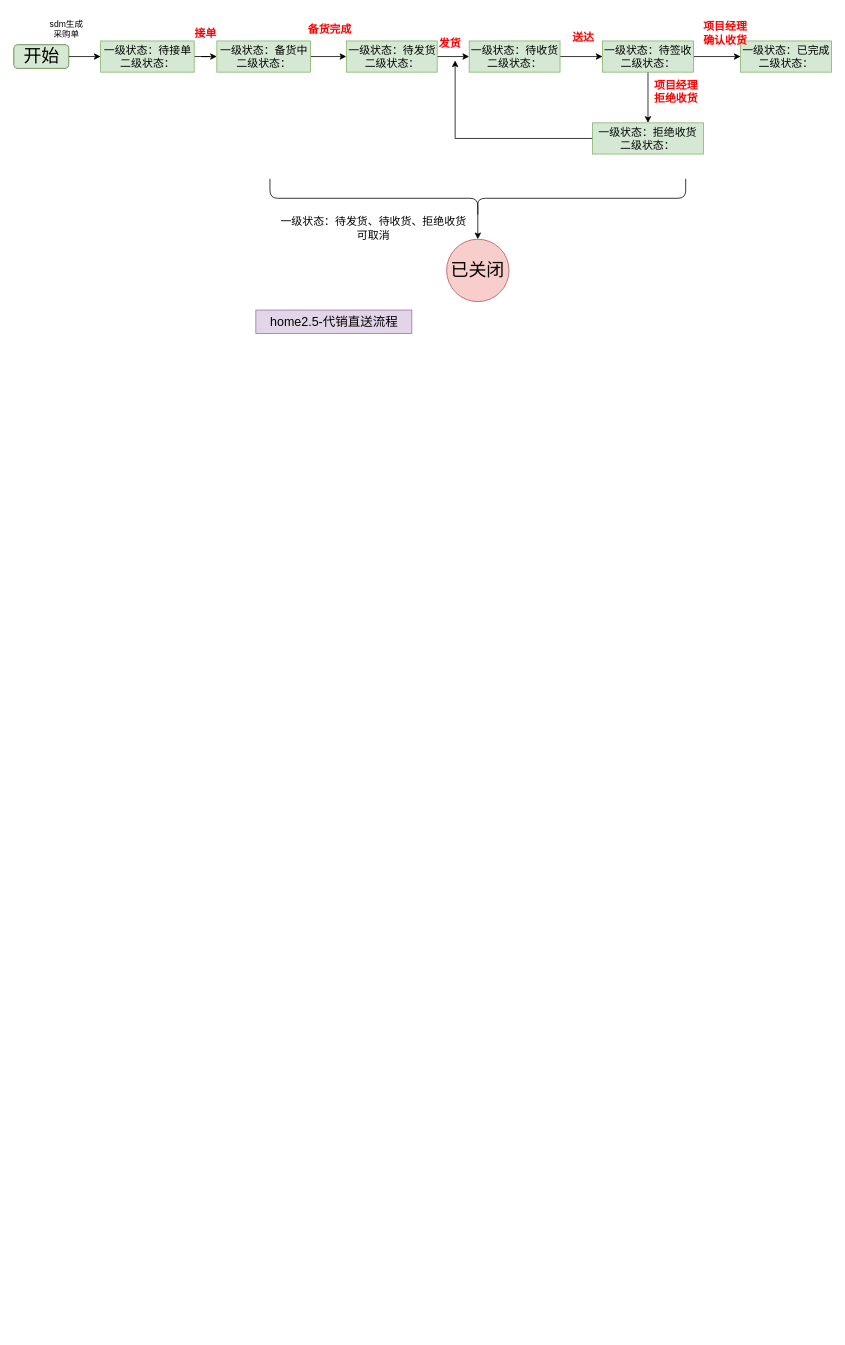
This is home2.5采购单履约流程.drawio from jiangtao2048/diagrams, a draw.io file, before an edit. Source tidied: cells renumbered, new cells numbered last; positions are measured from the earlier drawing's top-left corner, leaving out a move shared by most shapes. Both pictures are drawn from the tidied source at 78%, with x=0, y=0 at pixel (13, -10).
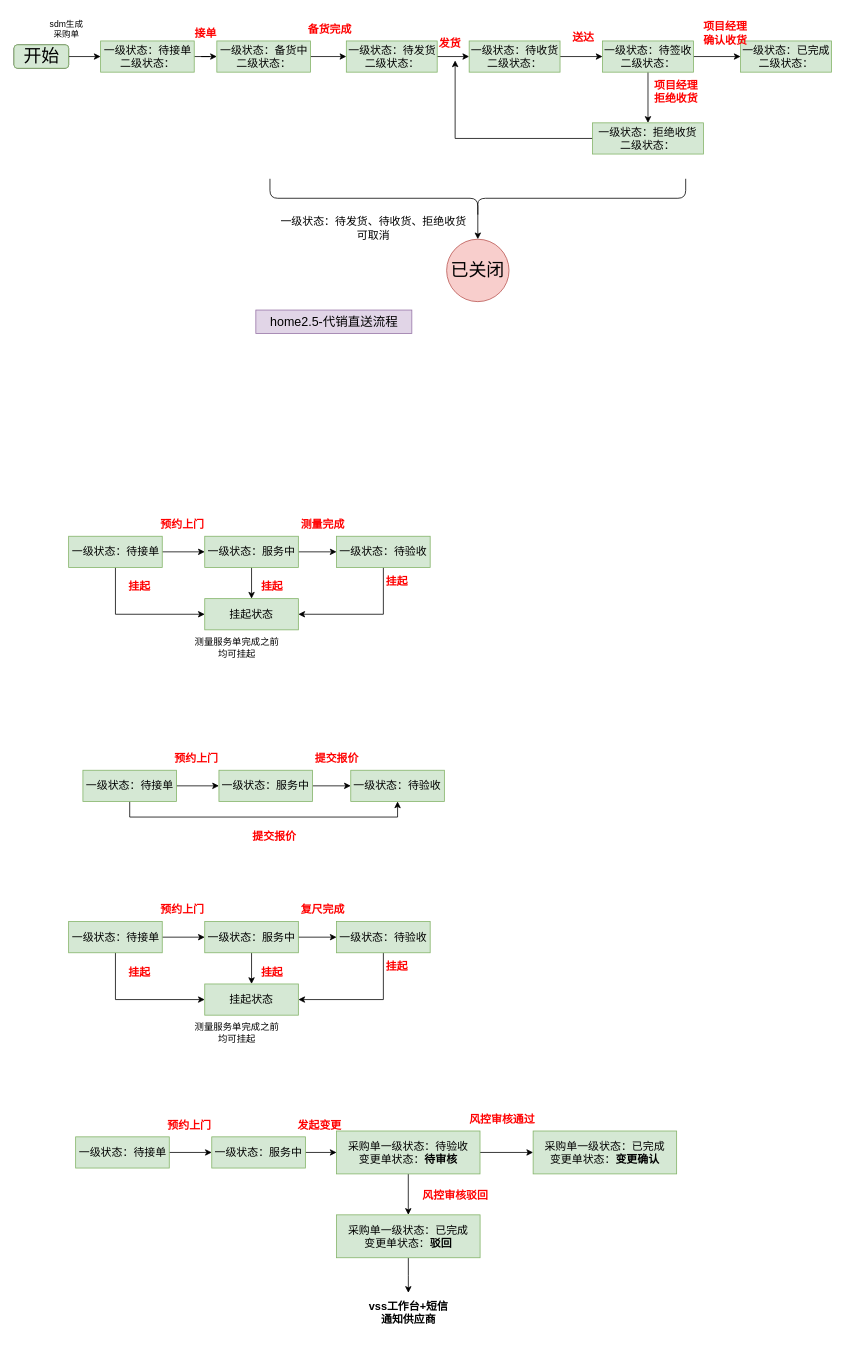
Above is the later version.

Commit message:
更新home2.5采购单履约流程.drawio

The edit, as a diff of the source:
```diff
@@
+    <mxCell id="31" style="edgeStyle=orthogonalEdgeStyle;rounded=0;jettySize=auto;html=1;exitX=1;exitY=0.5;exitDx=0;exitDy=0;" parent="1" edge="1" source="33" target="36">
+      <mxGeometry relative="1" as="geometry" />
+    </mxCell>
+    <mxCell id="32" style="edgeStyle=orthogonalEdgeStyle;rounded=0;jettySize=auto;html=1;exitX=0.5;exitY=1;exitDx=0;exitDy=0;entryX=0;entryY=0.5;entryDx=0;entryDy=0;" parent="1" edge="1" source="33" target="41">
+      <mxGeometry relative="1" as="geometry" />
+    </mxCell>
+    <mxCell id="33" value="&lt;font style=&quot;font-size: 14px;&quot;&gt;一级状态：待接单&lt;br&gt;&lt;/font&gt;" style="rounded=0;whiteSpace=wrap;html=1;fillColor=#d5e8d4;strokeColor=#82b366;" parent="1" vertex="1">
+      <mxGeometry x="70.5" y="700" width="120" height="40" as="geometry" />
+    </mxCell>
+    <mxCell id="34" style="edgeStyle=orthogonalEdgeStyle;rounded=0;jettySize=auto;html=1;exitX=1;exitY=0.5;exitDx=0;exitDy=0;" parent="1" edge="1" source="36" target="38">
+      <mxGeometry relative="1" as="geometry" />
+    </mxCell>
+    <mxCell id="35" style="edgeStyle=orthogonalEdgeStyle;rounded=0;jettySize=auto;html=1;exitX=0.5;exitY=1;exitDx=0;exitDy=0;entryX=0.5;entryY=0;entryDx=0;entryDy=0;" parent="1" edge="1" source="36" target="41">
+      <mxGeometry relative="1" as="geometry" />
+    </mxCell>
+    <mxCell id="36" value="&lt;font style=&quot;font-size: 14px;&quot;&gt;一级状态：服务中&lt;br&gt;&lt;/font&gt;" style="rounded=0;whiteSpace=wrap;html=1;fillColor=#d5e8d4;strokeColor=#82b366;" parent="1" vertex="1">
+      <mxGeometry x="245" y="700" width="120" height="40" as="geometry" />
+    </mxCell>
+    <mxCell id="37" style="edgeStyle=orthogonalEdgeStyle;rounded=0;jettySize=auto;html=1;exitX=0.5;exitY=1;exitDx=0;exitDy=0;entryX=1;entryY=0.5;entryDx=0;entryDy=0;" parent="1" edge="1" source="38" target="41">
+      <mxGeometry relative="1" as="geometry" />
+    </mxCell>
+    <mxCell id="38" value="&lt;font style=&quot;font-size: 14px;&quot;&gt;一级状态：待验收&lt;br&gt;&lt;/font&gt;" style="rounded=0;whiteSpace=wrap;html=1;fillColor=#d5e8d4;strokeColor=#82b366;" parent="1" vertex="1">
+      <mxGeometry x="414" y="700" width="120" height="40" as="geometry" />
+    </mxCell>
+    <mxCell id="39" value="&lt;font color=&quot;#ff0000&quot; style=&quot;font-size: 14px;&quot;&gt;&lt;b&gt;预约上门&lt;/b&gt;&lt;/font&gt;" style="text;html=1;align=center;verticalAlign=middle;strokeColor=none;fillColor=none;fontSize=11;" parent="1" vertex="1">
+      <mxGeometry x="175.5" y="670" width="80" height="30" as="geometry" />
+    </mxCell>
+    <mxCell id="40" value="&lt;font color=&quot;#ff0000&quot; style=&quot;font-size: 14px;&quot;&gt;&lt;b&gt;测量完成&lt;/b&gt;&lt;/font&gt;" style="text;html=1;align=center;verticalAlign=middle;strokeColor=none;fillColor=none;fontSize=11;" parent="1" vertex="1">
+      <mxGeometry x="356" y="670" width="80" height="30" as="geometry" />
+    </mxCell>
+    <mxCell id="41" value="&lt;font style=&quot;font-size: 14px;&quot;&gt;挂起状态&lt;br&gt;&lt;/font&gt;" style="rounded=0;whiteSpace=wrap;html=1;fillColor=#d5e8d4;strokeColor=#82b366;" parent="1" vertex="1">
+      <mxGeometry x="245" y="780" width="120" height="40" as="geometry" />
+    </mxCell>
+    <mxCell id="42" value="测量服务单完成之前&lt;br&gt;均可挂起" style="text;html=1;align=center;verticalAlign=middle;strokeColor=none;fillColor=none;" parent="1" vertex="1">
+      <mxGeometry x="221" y="823" width="130" height="40" as="geometry" />
+    </mxCell>
+    <mxCell id="43" value="&lt;font color=&quot;#ff0000&quot; style=&quot;font-size: 14px;&quot;&gt;&lt;b&gt;挂起&lt;/b&gt;&lt;/font&gt;" style="text;html=1;align=center;verticalAlign=middle;strokeColor=none;fillColor=none;fontSize=11;" parent="1" vertex="1">
+      <mxGeometry x="136" y="750" width="50" height="30" as="geometry" />
+    </mxCell>
+    <mxCell id="44" value="&lt;font color=&quot;#ff0000&quot; style=&quot;font-size: 14px;&quot;&gt;&lt;b&gt;挂起&lt;/b&gt;&lt;/font&gt;" style="text;html=1;align=center;verticalAlign=middle;strokeColor=none;fillColor=none;fontSize=11;" parent="1" vertex="1">
+      <mxGeometry x="306" y="750" width="50" height="30" as="geometry" />
+    </mxCell>
+    <mxCell id="45" value="&lt;font color=&quot;#ff0000&quot; style=&quot;font-size: 14px;&quot;&gt;&lt;b&gt;挂起&lt;/b&gt;&lt;/font&gt;" style="text;html=1;align=center;verticalAlign=middle;strokeColor=none;fillColor=none;fontSize=11;" parent="1" vertex="1">
+      <mxGeometry x="466" y="743" width="50" height="30" as="geometry" />
+    </mxCell>
+    <mxCell id="46" style="edgeStyle=orthogonalEdgeStyle;rounded=0;jettySize=auto;html=1;exitX=1;exitY=0.5;exitDx=0;exitDy=0;" parent="1" edge="1" source="48" target="50">
+      <mxGeometry relative="1" as="geometry" />
+    </mxCell>
+    <mxCell id="47" style="edgeStyle=orthogonalEdgeStyle;rounded=0;jettySize=auto;html=1;exitX=0.5;exitY=1;exitDx=0;exitDy=0;entryX=0.5;entryY=1;entryDx=0;entryDy=0;" parent="1" edge="1" source="48" target="51">
+      <mxGeometry relative="1" as="geometry" />
+    </mxCell>
+    <mxCell id="48" value="&lt;font style=&quot;font-size: 14px;&quot;&gt;一级状态：待接单&lt;br&gt;&lt;/font&gt;" style="rounded=0;whiteSpace=wrap;html=1;fillColor=#d5e8d4;strokeColor=#82b366;" parent="1" vertex="1">
+      <mxGeometry x="88.8" y="1000" width="120" height="40" as="geometry" />
+    </mxCell>
+    <mxCell id="49" style="edgeStyle=orthogonalEdgeStyle;rounded=0;jettySize=auto;html=1;exitX=1;exitY=0.5;exitDx=0;exitDy=0;" parent="1" edge="1" source="50" target="51">
+      <mxGeometry relative="1" as="geometry" />
+    </mxCell>
+    <mxCell id="50" value="&lt;font style=&quot;font-size: 14px;&quot;&gt;一级状态：服务中&lt;br&gt;&lt;/font&gt;" style="rounded=0;whiteSpace=wrap;html=1;fillColor=#d5e8d4;strokeColor=#82b366;" parent="1" vertex="1">
+      <mxGeometry x="263.2" y="1000" width="120" height="40" as="geometry" />
+    </mxCell>
+    <mxCell id="51" value="&lt;font style=&quot;font-size: 14px;&quot;&gt;一级状态：待验收&lt;br&gt;&lt;/font&gt;" style="rounded=0;whiteSpace=wrap;html=1;fillColor=#d5e8d4;strokeColor=#82b366;" parent="1" vertex="1">
+      <mxGeometry x="432.2" y="1000" width="120" height="40" as="geometry" />
+    </mxCell>
+    <mxCell id="52" value="&lt;font color=&quot;#ff0000&quot; style=&quot;font-size: 14px;&quot;&gt;&lt;b&gt;预约上门&lt;/b&gt;&lt;/font&gt;" style="text;html=1;align=center;verticalAlign=middle;strokeColor=none;fillColor=none;fontSize=11;" parent="1" vertex="1">
+      <mxGeometry x="193.8" y="970" width="80" height="30" as="geometry" />
+    </mxCell>
+    <mxCell id="53" value="&lt;font color=&quot;#ff0000&quot; style=&quot;font-size: 14px;&quot;&gt;&lt;b&gt;提交报价&lt;/b&gt;&lt;/font&gt;" style="text;html=1;align=center;verticalAlign=middle;strokeColor=none;fillColor=none;fontSize=11;" parent="1" vertex="1">
+      <mxGeometry x="374.2" y="970" width="80" height="30" as="geometry" />
+    </mxCell>
+    <mxCell id="54" value="&lt;font color=&quot;#ff0000&quot; style=&quot;font-size: 14px;&quot;&gt;&lt;b&gt;提交报价&lt;/b&gt;&lt;/font&gt;" style="text;html=1;align=center;verticalAlign=middle;strokeColor=none;fillColor=none;fontSize=11;" parent="1" vertex="1">
+      <mxGeometry x="294.2" y="1070" width="80" height="30" as="geometry" />
+    </mxCell>
+    <mxCell id="55" style="edgeStyle=orthogonalEdgeStyle;rounded=0;jettySize=auto;html=1;exitX=1;exitY=0.5;exitDx=0;exitDy=0;" parent="1" edge="1" source="57" target="60">
+      <mxGeometry relative="1" as="geometry" />
+    </mxCell>
+    <mxCell id="56" style="edgeStyle=orthogonalEdgeStyle;rounded=0;jettySize=auto;html=1;exitX=0.5;exitY=1;exitDx=0;exitDy=0;entryX=0;entryY=0.5;entryDx=0;entryDy=0;" parent="1" edge="1" source="57" target="65">
+      <mxGeometry relative="1" as="geometry" />
+    </mxCell>
+    <mxCell id="57" value="&lt;font style=&quot;font-size: 14px;&quot;&gt;一级状态：待接单&lt;br&gt;&lt;/font&gt;" style="rounded=0;whiteSpace=wrap;html=1;fillColor=#d5e8d4;strokeColor=#82b366;" parent="1" vertex="1">
+      <mxGeometry x="70.5" y="1194" width="120" height="40" as="geometry" />
+    </mxCell>
+    <mxCell id="58" style="edgeStyle=orthogonalEdgeStyle;rounded=0;jettySize=auto;html=1;exitX=1;exitY=0.5;exitDx=0;exitDy=0;" parent="1" edge="1" source="60" target="62">
+      <mxGeometry relative="1" as="geometry" />
+    </mxCell>
+    <mxCell id="59" style="edgeStyle=orthogonalEdgeStyle;rounded=0;jettySize=auto;html=1;exitX=0.5;exitY=1;exitDx=0;exitDy=0;entryX=0.5;entryY=0;entryDx=0;entryDy=0;" parent="1" edge="1" source="60" target="65">
+      <mxGeometry relative="1" as="geometry" />
+    </mxCell>
+    <mxCell id="60" value="&lt;font style=&quot;font-size: 14px;&quot;&gt;一级状态：服务中&lt;br&gt;&lt;/font&gt;" style="rounded=0;whiteSpace=wrap;html=1;fillColor=#d5e8d4;strokeColor=#82b366;" parent="1" vertex="1">
+      <mxGeometry x="245" y="1194" width="120" height="40" as="geometry" />
+    </mxCell>
+    <mxCell id="61" style="edgeStyle=orthogonalEdgeStyle;rounded=0;jettySize=auto;html=1;exitX=0.5;exitY=1;exitDx=0;exitDy=0;entryX=1;entryY=0.5;entryDx=0;entryDy=0;" parent="1" edge="1" source="62" target="65">
+      <mxGeometry relative="1" as="geometry" />
+    </mxCell>
+    <mxCell id="62" value="&lt;font style=&quot;font-size: 14px;&quot;&gt;一级状态：待验收&lt;br&gt;&lt;/font&gt;" style="rounded=0;whiteSpace=wrap;html=1;fillColor=#d5e8d4;strokeColor=#82b366;" parent="1" vertex="1">
+      <mxGeometry x="414" y="1194" width="120" height="40" as="geometry" />
+    </mxCell>
+    <mxCell id="63" value="&lt;font color=&quot;#ff0000&quot; style=&quot;font-size: 14px;&quot;&gt;&lt;b&gt;预约上门&lt;/b&gt;&lt;/font&gt;" style="text;html=1;align=center;verticalAlign=middle;strokeColor=none;fillColor=none;fontSize=11;" parent="1" vertex="1">
+      <mxGeometry x="175.5" y="1164" width="80" height="30" as="geometry" />
+    </mxCell>
+    <mxCell id="64" value="&lt;font color=&quot;#ff0000&quot; style=&quot;font-size: 14px;&quot;&gt;&lt;b&gt;复尺完成&lt;/b&gt;&lt;/font&gt;" style="text;html=1;align=center;verticalAlign=middle;strokeColor=none;fillColor=none;fontSize=11;" parent="1" vertex="1">
+      <mxGeometry x="356" y="1164" width="80" height="30" as="geometry" />
+    </mxCell>
+    <mxCell id="65" value="&lt;font style=&quot;font-size: 14px;&quot;&gt;挂起状态&lt;br&gt;&lt;/font&gt;" style="rounded=0;whiteSpace=wrap;html=1;fillColor=#d5e8d4;strokeColor=#82b366;" parent="1" vertex="1">
+      <mxGeometry x="245" y="1274" width="120" height="40" as="geometry" />
+    </mxCell>
+    <mxCell id="66" value="测量服务单完成之前&lt;br&gt;均可挂起" style="text;html=1;align=center;verticalAlign=middle;strokeColor=none;fillColor=none;" parent="1" vertex="1">
+      <mxGeometry x="221" y="1317" width="130" height="40" as="geometry" />
+    </mxCell>
+    <mxCell id="67" value="&lt;font color=&quot;#ff0000&quot; style=&quot;font-size: 14px;&quot;&gt;&lt;b&gt;挂起&lt;/b&gt;&lt;/font&gt;" style="text;html=1;align=center;verticalAlign=middle;strokeColor=none;fillColor=none;fontSize=11;" parent="1" vertex="1">
+      <mxGeometry x="136" y="1244" width="50" height="30" as="geometry" />
+    </mxCell>
+    <mxCell id="68" value="&lt;font color=&quot;#ff0000&quot; style=&quot;font-size: 14px;&quot;&gt;&lt;b&gt;挂起&lt;/b&gt;&lt;/font&gt;" style="text;html=1;align=center;verticalAlign=middle;strokeColor=none;fillColor=none;fontSize=11;" parent="1" vertex="1">
+      <mxGeometry x="306" y="1244" width="50" height="30" as="geometry" />
+    </mxCell>
+    <mxCell id="69" value="&lt;font color=&quot;#ff0000&quot; style=&quot;font-size: 14px;&quot;&gt;&lt;b&gt;挂起&lt;/b&gt;&lt;/font&gt;" style="text;html=1;align=center;verticalAlign=middle;strokeColor=none;fillColor=none;fontSize=11;" parent="1" vertex="1">
+      <mxGeometry x="466" y="1237" width="50" height="30" as="geometry" />
+    </mxCell>
+    <mxCell id="70" style="edgeStyle=orthogonalEdgeStyle;rounded=0;jettySize=auto;html=1;exitX=1;exitY=0.5;exitDx=0;exitDy=0;" parent="1" edge="1" source="71" target="73">
+      <mxGeometry relative="1" as="geometry" />
+    </mxCell>
+    <mxCell id="71" value="&lt;font style=&quot;font-size: 14px;&quot;&gt;一级状态：待接单&lt;br&gt;&lt;/font&gt;" style="rounded=0;whiteSpace=wrap;html=1;fillColor=#d5e8d4;strokeColor=#82b366;" parent="1" vertex="1">
+      <mxGeometry x="79.5" y="1470" width="120" height="40" as="geometry" />
+    </mxCell>
+    <mxCell id="72" style="edgeStyle=orthogonalEdgeStyle;rounded=0;jettySize=auto;html=1;exitX=1;exitY=0.5;exitDx=0;exitDy=0;" parent="1" edge="1" source="73" target="76">
+      <mxGeometry relative="1" as="geometry" />
+    </mxCell>
+    <mxCell id="73" value="&lt;font style=&quot;font-size: 14px;&quot;&gt;一级状态：服务中&lt;br&gt;&lt;/font&gt;" style="rounded=0;whiteSpace=wrap;html=1;fillColor=#d5e8d4;strokeColor=#82b366;" parent="1" vertex="1">
+      <mxGeometry x="254" y="1470" width="120" height="40" as="geometry" />
+    </mxCell>
+    <mxCell id="74" style="edgeStyle=orthogonalEdgeStyle;rounded=0;jettySize=auto;html=1;exitX=1;exitY=0.5;exitDx=0;exitDy=0;" parent="1" edge="1" source="76" target="79">
+      <mxGeometry relative="1" as="geometry" />
+    </mxCell>
+    <mxCell id="75" style="edgeStyle=orthogonalEdgeStyle;rounded=0;jettySize=auto;html=1;exitX=0.5;exitY=1;exitDx=0;exitDy=0;" parent="1" edge="1" source="76" target="82">
+      <mxGeometry relative="1" as="geometry" />
+    </mxCell>
+    <mxCell id="76" value="&lt;font style=&quot;font-size: 14px;&quot;&gt;采购单一级状态：待验收&lt;br&gt;变更单状态：&lt;b&gt;待审核&lt;/b&gt;&lt;br&gt;&lt;/font&gt;" style="rounded=0;whiteSpace=wrap;html=1;fillColor=#d5e8d4;strokeColor=#82b366;" parent="1" vertex="1">
+      <mxGeometry x="414" y="1462.5" width="183.9" height="55" as="geometry" />
+    </mxCell>
+    <mxCell id="77" value="&lt;font color=&quot;#ff0000&quot; style=&quot;font-size: 14px;&quot;&gt;&lt;b&gt;预约上门&lt;/b&gt;&lt;/font&gt;" style="text;html=1;align=center;verticalAlign=middle;strokeColor=none;fillColor=none;fontSize=11;" parent="1" vertex="1">
+      <mxGeometry x="184.5" y="1440" width="80" height="30" as="geometry" />
+    </mxCell>
+    <mxCell id="78" value="&lt;font color=&quot;#ff0000&quot;&gt;&lt;span style=&quot;font-size: 14px;&quot;&gt;&lt;b&gt;发起变更&lt;/b&gt;&lt;/span&gt;&lt;/font&gt;" style="text;html=1;align=center;verticalAlign=middle;strokeColor=none;fillColor=none;fontSize=11;" parent="1" vertex="1">
+      <mxGeometry x="352.2" y="1440" width="80" height="30" as="geometry" />
+    </mxCell>
+    <mxCell id="79" value="&lt;font style=&quot;font-size: 14px;&quot;&gt;采购单一级状态：已完成&lt;br&gt;变更单状态：&lt;b&gt;变更确认&lt;/b&gt;&lt;br&gt;&lt;/font&gt;" style="rounded=0;whiteSpace=wrap;html=1;fillColor=#d5e8d4;strokeColor=#82b366;" parent="1" vertex="1">
+      <mxGeometry x="666" y="1462.5" width="184" height="55" as="geometry" />
+    </mxCell>
+    <mxCell id="80" value="&lt;font color=&quot;#ff0000&quot;&gt;&lt;span style=&quot;font-size: 14px;&quot;&gt;&lt;b&gt;风控审核通过&lt;/b&gt;&lt;/span&gt;&lt;/font&gt;" style="text;html=1;align=center;verticalAlign=middle;strokeColor=none;fillColor=none;fontSize=11;" parent="1" vertex="1">
+      <mxGeometry x="571" y="1432.5" width="110" height="30" as="geometry" />
+    </mxCell>
+    <mxCell id="81" style="edgeStyle=orthogonalEdgeStyle;rounded=0;jettySize=auto;html=1;exitX=0.5;exitY=1;exitDx=0;exitDy=0;" parent="1" edge="1" source="82">
+      <mxGeometry relative="1" as="geometry">
+        <mxPoint x="506" y="1670" as="targetPoint" />
+      </mxGeometry>
+    </mxCell>
+    <mxCell id="82" value="&lt;font style=&quot;font-size: 14px;&quot;&gt;采购单一级状态：已完成&lt;br&gt;变更单状态：&lt;b&gt;驳回&lt;/b&gt;&lt;br&gt;&lt;/font&gt;" style="rounded=0;whiteSpace=wrap;html=1;fillColor=#d5e8d4;strokeColor=#82b366;" parent="1" vertex="1">
+      <mxGeometry x="414" y="1570" width="184" height="55" as="geometry" />
+    </mxCell>
+    <mxCell id="83" value="&lt;font color=&quot;#ff0000&quot;&gt;&lt;span style=&quot;font-size: 14px;&quot;&gt;&lt;b&gt;风控审核驳回&lt;/b&gt;&lt;/span&gt;&lt;/font&gt;" style="text;html=1;align=center;verticalAlign=middle;strokeColor=none;fillColor=none;fontSize=11;" parent="1" vertex="1">
+      <mxGeometry x="510.5" y="1530" width="110" height="30" as="geometry" />
+    </mxCell>
+    <mxCell id="84" value="&lt;font style=&quot;font-size: 14px;&quot;&gt;&lt;b&gt;vss工作台+短信&lt;br&gt;通知供应商&lt;/b&gt;&lt;/font&gt;" style="text;html=1;align=center;verticalAlign=middle;strokeColor=none;fillColor=none;" parent="1" vertex="1">
+      <mxGeometry x="441" y="1670" width="130" height="50" as="geometry" />
+    </mxCell>
```
